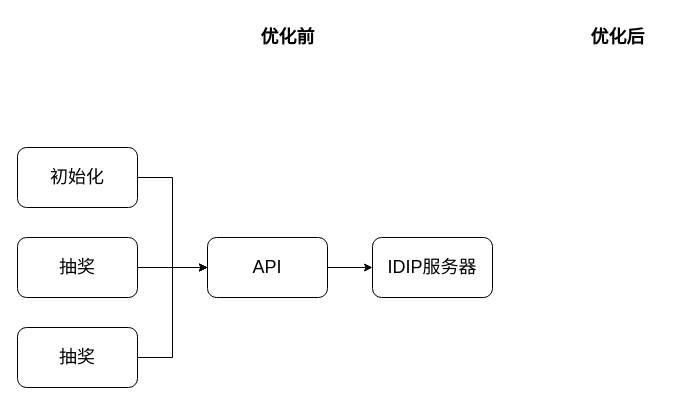
Earlier version of the draw.io diagram 道奇背景.drawio (dingdu/7days-golang). Source tidied: cells renumbered, new cells numbered last; positions are measured from the earlier drawing's top-left corner, leaving out a move shared by most shapes. Both pictures are drawn from the tidied source at 100%, with x=0, y=0 at pixel (17, 17).
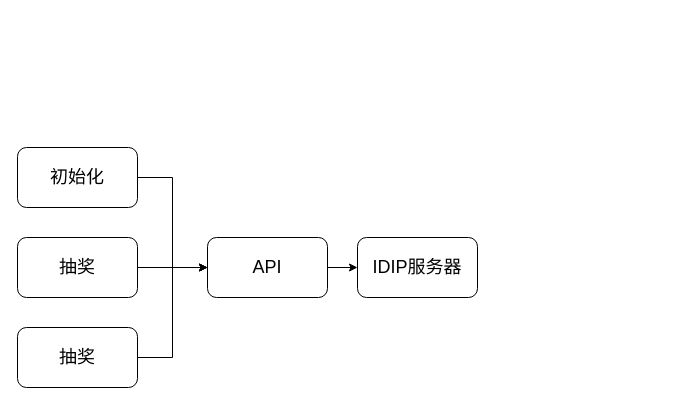
The same diagram, later.

The edit, as a diff of the source:
```diff
@@
 <mxGraphModel>
   <root>
     <mxCell id="0" />
     <mxCell id="1" parent="0" />
-    <mxCell id="2" value="&lt;b&gt;&lt;font style=&quot;font-size: 18px;&quot;&gt;优化前&lt;/font&gt;&lt;/b&gt;" style="text;html=1;align=center;verticalAlign=middle;strokeColor=none;fillColor=none;" parent="1" vertex="1">
-      <mxGeometry x="230" width="80" height="40" as="geometry" />
-    </mxCell>
-    <mxCell id="3" value="&lt;b&gt;&lt;font style=&quot;font-size: 18px;&quot;&gt;优化后&lt;/font&gt;&lt;/b&gt;" style="text;html=1;align=center;verticalAlign=middle;strokeColor=none;fillColor=none;" parent="1" vertex="1">
-      <mxGeometry x="560" width="80" height="40" as="geometry" />
-    </mxCell>
     <mxCell id="4" style="edgeStyle=orthogonalEdgeStyle;rounded=0;jettySize=auto;html=1;entryX=0;entryY=0.5;entryDx=0;entryDy=0;fontSize=18;" parent="1" edge="1" source="5" target="11">
       <mxGeometry relative="1" as="geometry" />
     </mxCell>
     <mxCell id="5" value="初始化" style="rounded=1;whiteSpace=wrap;html=1;fontSize=18;" parent="1" vertex="1">
       <mxGeometry y="130" width="120" height="60" as="geometry" />
     </mxCell>
     <mxCell id="6" style="edgeStyle=orthogonalEdgeStyle;rounded=0;jettySize=auto;html=1;fontSize=18;" parent="1" edge="1" source="7" target="11">
       <mxGeometry relative="1" as="geometry" />
     </mxCell>
     <mxCell id="7" value="抽奖" style="rounded=1;whiteSpace=wrap;html=1;fontSize=18;" parent="1" vertex="1">
       <mxGeometry y="220" width="120" height="60" as="geometry" />
     </mxCell>
     <mxCell id="8" style="edgeStyle=orthogonalEdgeStyle;rounded=0;jettySize=auto;html=1;entryX=0;entryY=0.5;entryDx=0;entryDy=0;fontSize=18;" parent="1" edge="1" source="9" target="11">
       <mxGeometry relative="1" as="geometry" />
     </mxCell>
     <mxCell id="9" value="抽奖" style="rounded=1;whiteSpace=wrap;html=1;fontSize=18;" parent="1" vertex="1">
       <mxGeometry y="310" width="120" height="60" as="geometry" />
     </mxCell>
     <mxCell id="10" style="edgeStyle=orthogonalEdgeStyle;rounded=0;jettySize=auto;html=1;fontSize=18;" parent="1" edge="1" source="11" target="12">
       <mxGeometry relative="1" as="geometry" />
     </mxCell>
     <mxCell id="11" value="API" style="rounded=1;whiteSpace=wrap;html=1;fontSize=18;" parent="1" vertex="1">
       <mxGeometry x="190" y="220" width="120" height="60" as="geometry" />
     </mxCell>
     <mxCell id="12" value="IDIP服务器" style="rounded=1;whiteSpace=wrap;html=1;fontSize=18;" parent="1" vertex="1">
-      <mxGeometry x="355" y="220" width="120" height="60" as="geometry" />
+      <mxGeometry x="340" y="220" width="120" height="60" as="geometry" />
     </mxCell>
   </root>
 </mxGraphModel>
```
